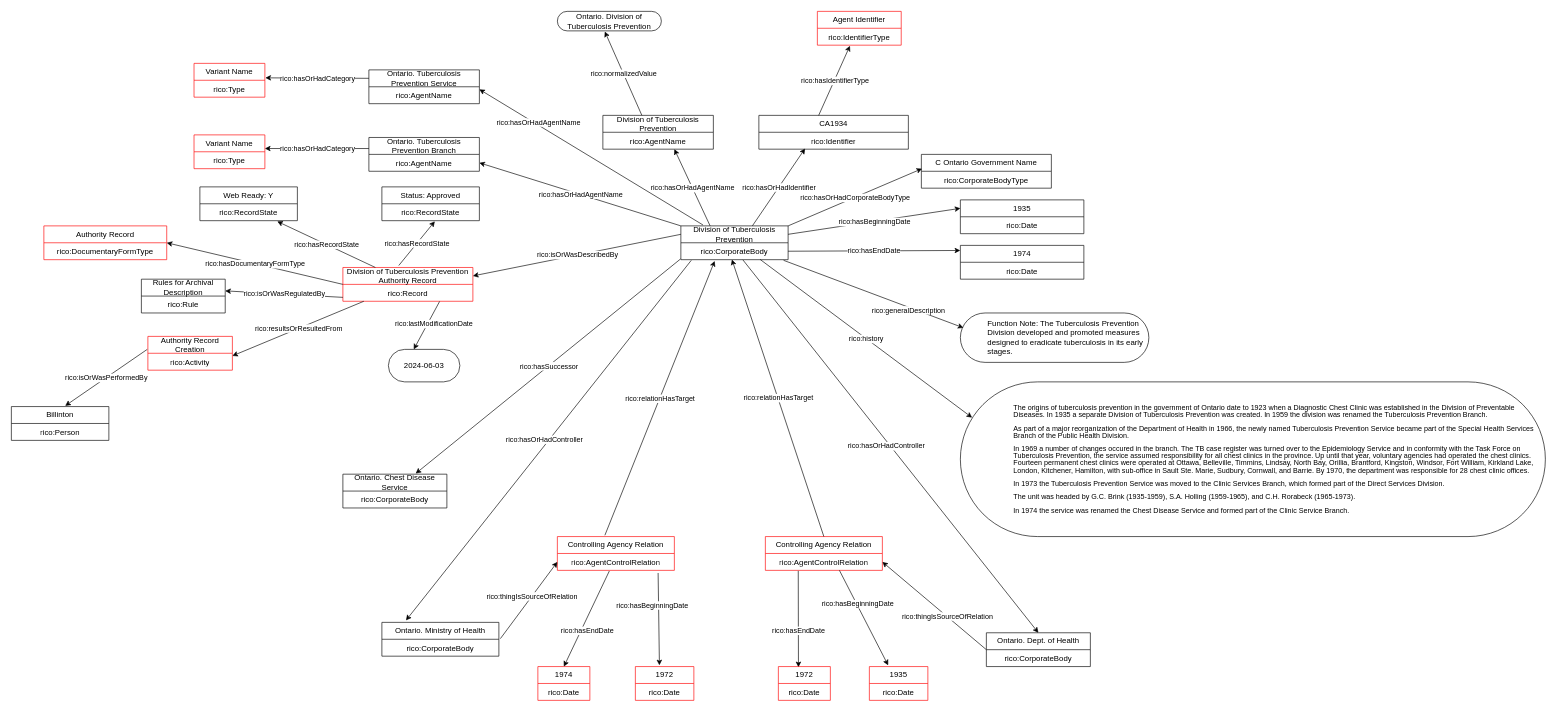
williamsonrichard/records_in_contexts_draw_io_parser keeps this draw.io diagram as gbad/CA/1934/CA1934 Division of Tuberculosis Prevention.drawio. Above is the earlier version. Source tidied: cells renumbered, new cells numbered last; positions are measured from the earlier drawing's top-left corner, leaving out a move shared by most shapes. Both pictures are drawn from the tidied source at 65%, with x=0, y=0 at pixel (11, 11).
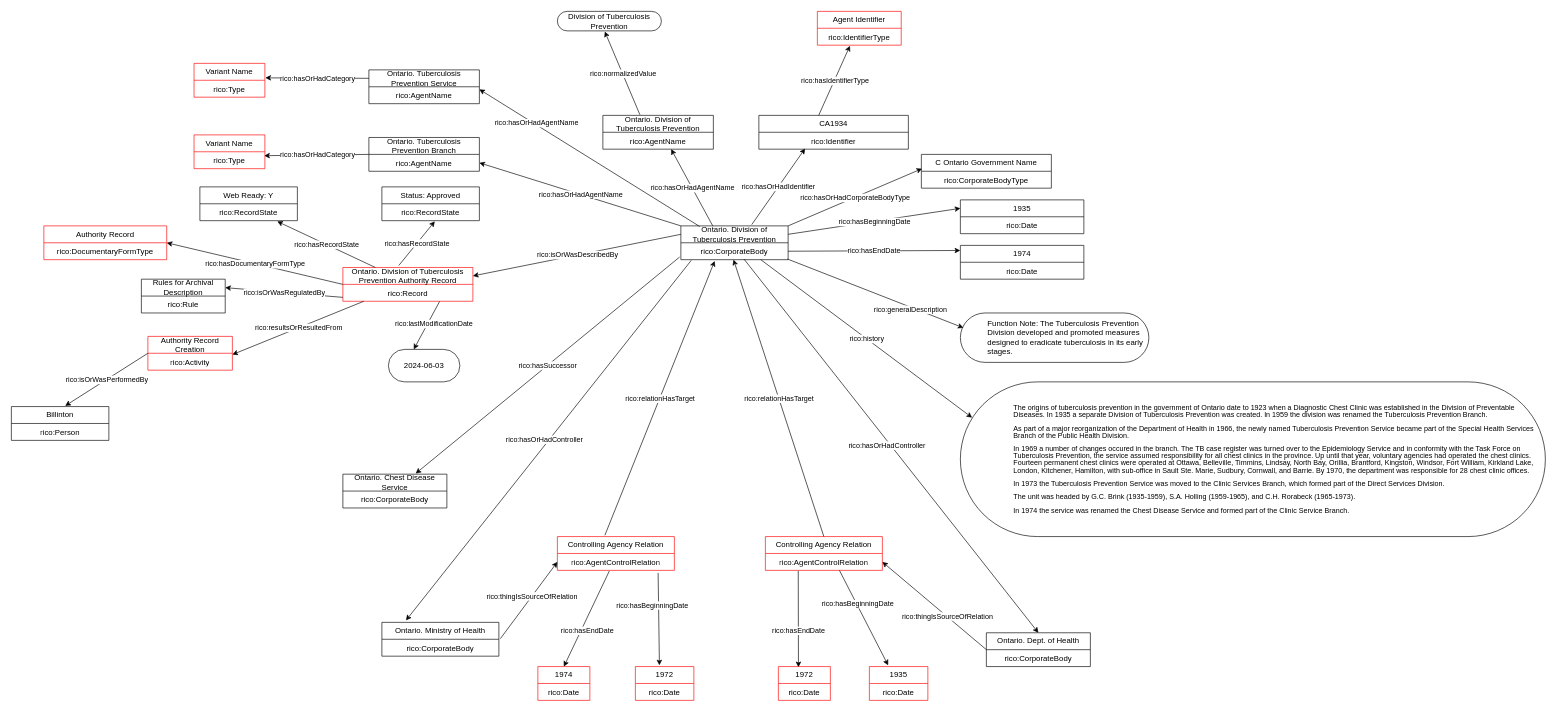
After the change.

Unchanged cells that the change refers to:
```xml
<mxCell id="6" value="rico:Identifier&lt;div&gt;&lt;br&gt;&lt;/div&gt;" style="text;strokeColor=none;fillColor=none;align=center;verticalAlign=top;spacingLeft=4;spacingRight=4;overflow=hidden;points=[[0,0.5],[1,0.5]];portConstraint=eastwest;whiteSpace=wrap;html=1;" parent="5" vertex="1">
  <mxGeometry y="26" width="230" height="26" as="geometry" />
</mxCell>
<mxCell id="14" value="rico:AgentName&lt;div&gt;&lt;br&gt;&lt;/div&gt;" style="text;strokeColor=none;fillColor=none;align=center;verticalAlign=top;spacingLeft=4;spacingRight=4;overflow=hidden;points=[[0,0.5],[1,0.5]];portConstraint=eastwest;whiteSpace=wrap;html=1;" parent="13" vertex="1">
  <mxGeometry y="26" width="170" height="26" as="geometry" />
</mxCell>
<mxCell id="31" value="&lt;blockquote style=&quot;margin: 0 0 0 40px; border: none; padding: 0px;&quot;&gt;&lt;blockquote style=&quot;margin: 0px 0px 0px 40px; border: none; padding: 0px; line-height: 90%;&quot;&gt;&lt;div style=&quot;line-height: 90%;&quot;&gt;&lt;span style=&quot;background-color: initial; font-size: 11px;&quot;&gt;The origins of tuberculosis prevention in the government of Ontario date to 1923 when a Diagnostic Chest Clinic was established in the Division of Preventable Diseases. In 1935 a separate Division of Tuberculosis Prevention was created. In 1959 the division was renamed the Tuberculosis Prevention Branch.&lt;/span&gt;&lt;br&gt;&lt;/div&gt;&lt;/blockquote&gt;&lt;blockquote style=&quot;margin: 0px 0px 0px 40px; border: none; padding: 0px; line-height: 90%;&quot;&gt;&lt;blockquote style=&quot;margin: 0px 0px 0px 40px; border: none; padding: 0px; font-size: 11px; line-height: 90%;&quot;&gt;&lt;div style=&quot;line-height: 90%;&quot;&gt;&lt;br&gt;&lt;/div&gt;&lt;/blockquote&gt;&lt;/blockquote&gt;&lt;blockquote style=&quot;margin: 0px 0px 0px 40px; border: none; padding: 0px; line-height: 90%;&quot;&gt;&lt;span style=&quot;font-size: 11px; background-color: initial;&quot;&gt;As part of a major reorganization of the Department of Health in 1966, the newly named Tuberculosis Prevention Service became part of the Special Health Services Branch of the Public Health Division.&lt;/span&gt;&lt;/blockquote&gt;&lt;blockquote style=&quot;margin: 0px 0px 0px 40px; border: none; padding: 0px; line-height: 90%;&quot;&gt;&lt;blockquote style=&quot;margin: 0px 0px 0px 40px; border: none; padding: 0px; font-size: 11px; line-height: 90%;&quot;&gt;&lt;span style=&quot;background-color: initial;&quot;&gt;&lt;div style=&quot;line-height: 90%;&quot;&gt;&lt;br&gt;&lt;/div&gt;&lt;/span&gt;&lt;/blockquote&gt;&lt;/blockquote&gt;&lt;blockquote style=&quot;margin: 0px 0px 0px 40px; border: none; padding: 0px; line-height: 90%;&quot;&gt;&lt;span style=&quot;font-size: 11px; background-color: initial;&quot;&gt;In 1969 a number of changes occured in the branch. The TB case register was turned over to the Epidemiology Service and in conformity with the Task Force on Tuberculosis Prevention, the service assumed responsibility for all chest clinics in the province. Up until that year, voluntary agencies had operated the chest clinics. Fourteen permanent chest clinics were operated at Ottawa, Belleville, Timmins, Lindsay, North Bay, Orillia, Brantford, Kingston, Windsor, Fort William, Kirkland Lake, London, Kitchener, Hamilton, with sub-office in Sault Ste. Marie, Sudbury, Cornwall, and Barrie. By 1970, the department was responsible for 28 chest clinic offices.&lt;/span&gt;&lt;/blockquote&gt;&lt;blockquote style=&quot;margin: 0px 0px 0px 40px; border: none; padding: 0px; line-height: 90%;&quot;&gt;&lt;blockquote style=&quot;margin: 0px 0px 0px 40px; border: none; padding: 0px; font-size: 11px; line-height: 90%;&quot;&gt;&lt;span style=&quot;background-color: initial;&quot;&gt;&lt;div style=&quot;line-height: 90%;&quot;&gt;&lt;br&gt;&lt;/div&gt;&lt;/span&gt;&lt;/blockquote&gt;&lt;/blockquote&gt;&lt;blockquote style=&quot;margin: 0px 0px 0px 40px; border: none; padding: 0px; line-height: 90%;&quot;&gt;&lt;span style=&quot;font-size: 11px; background-color: initial;&quot;&gt;In 1973 the Tuberculosis Prevention Service was moved to the Clinic Services Branch, which formed part of the Direct Services Division.&lt;/span&gt;&lt;/blockquote&gt;&lt;blockquote style=&quot;margin: 0px 0px 0px 40px; border: none; padding: 0px; line-height: 90%;&quot;&gt;&lt;blockquote style=&quot;margin: 0px 0px 0px 40px; border: none; padding: 0px; font-size: 11px; line-height: 90%;&quot;&gt;&lt;span style=&quot;background-color: initial;&quot;&gt;&lt;div style=&quot;line-height: 90%;&quot;&gt;&lt;br&gt;&lt;/div&gt;&lt;/span&gt;&lt;/blockquote&gt;&lt;/blockquote&gt;&lt;blockquote style=&quot;margin: 0px 0px 0px 40px; border: none; padding: 0px; line-height: 90%;&quot;&gt;&lt;div style=&quot;line-height: 90%;&quot;&gt;&lt;span style=&quot;background-color: initial; font-size: 11px;&quot;&gt;The unit was headed by G.C. Brink (1935-1959), S.A. Holling (1959-1965), and C.H. Rorabeck (1965-1973).&lt;/span&gt;&lt;br&gt;&lt;/div&gt;&lt;/blockquote&gt;&lt;blockquote style=&quot;margin: 0px 0px 0px 40px; border: none; padding: 0px; line-height: 90%;&quot;&gt;&lt;blockquote style=&quot;margin: 0px 0px 0px 40px; border: none; padding: 0px; font-size: 11px; line-height: 90%;&quot;&gt;&lt;span style=&quot;background-color: initial;&quot;&gt;&lt;div style=&quot;line-height: 90%;&quot;&gt;&lt;br&gt;&lt;/div&gt;&lt;/span&gt;&lt;/blockquote&gt;&lt;/blockquote&gt;&lt;blockquote style=&quot;margin: 0px 0px 0px 40px; border: none; padding: 0px; line-height: 90%;&quot;&gt;&lt;span style=&quot;font-size: 11px; background-color: initial;&quot;&gt;In 1974 the service was renamed the Chest Disease Service and formed part of the Clinic Service Branch.&lt;/span&gt;&lt;/blockquote&gt;&lt;/blockquote&gt;" style="html=1;whiteSpace=wrap;rounded=1;arcSize=50;align=left;" parent="1" vertex="1">
  <mxGeometry x="1460" y="570" width="900" height="238" as="geometry" />
</mxCell>
<mxCell id="41" value="rico:AgentName&lt;div&gt;&lt;br&gt;&lt;/div&gt;" style="text;strokeColor=none;fillColor=none;align=center;verticalAlign=top;spacingLeft=4;spacingRight=4;overflow=hidden;points=[[0,0.5],[1,0.5]];portConstraint=eastwest;whiteSpace=wrap;html=1;" parent="40" vertex="1">
  <mxGeometry y="26" width="170" height="26" as="geometry" />
</mxCell>
<mxCell id="43" value="rico:Record" style="text;strokeColor=none;fillColor=none;align=center;verticalAlign=top;spacingLeft=4;spacingRight=4;overflow=hidden;points=[[0,0.5],[1,0.5]];portConstraint=eastwest;whiteSpace=wrap;html=1;" parent="42" vertex="1">
  <mxGeometry y="26" width="200" height="26" as="geometry" />
</mxCell>
<mxCell id="52" value="Rules for Archival Description" style="swimlane;fontStyle=0;horizontal=1;startSize=26;fillColor=none;whiteSpace=wrap;html=1;" parent="1" vertex="1">
  <mxGeometry x="200" y="412" width="129" height="52" as="geometry" />
</mxCell>
<mxCell id="56" value="Authority Record Creation" style="swimlane;fontStyle=0;horizontal=1;startSize=26;fillColor=none;whiteSpace=wrap;html=1;strokeColor=#FF0000;" parent="1" vertex="1">
  <mxGeometry x="210" y="500" width="130" height="52" as="geometry" />
</mxCell>
<mxCell id="57" value="rico:Activity" style="text;strokeColor=none;fillColor=none;align=center;verticalAlign=top;spacingLeft=4;spacingRight=4;overflow=hidden;points=[[0,0.5],[1,0.5]];portConstraint=eastwest;whiteSpace=wrap;html=1;" parent="56" vertex="1">
  <mxGeometry y="26" width="130" height="26" as="geometry" />
</mxCell>
<mxCell id="60" value="Billinton" style="swimlane;fontStyle=0;horizontal=1;startSize=26;fillColor=none;whiteSpace=wrap;html=1;" parent="1" vertex="1">
  <mxGeometry y="608" width="150" height="52" as="geometry" />
</mxCell>
<mxCell id="65" value="Controlling Agency Relation" style="swimlane;fontStyle=0;horizontal=1;startSize=26;fillColor=none;whiteSpace=wrap;html=1;strokeColor=#FF0000;" parent="1" vertex="1">
  <mxGeometry x="1160" y="808" width="180" height="52" as="geometry" />
</mxCell>
<mxCell id="82" value="rico:Type&lt;div&gt;&lt;br&gt;&lt;/div&gt;" style="text;strokeColor=none;fillColor=none;align=center;verticalAlign=top;spacingLeft=4;spacingRight=4;overflow=hidden;points=[[0,0.5],[1,0.5]];portConstraint=eastwest;whiteSpace=wrap;html=1;" parent="81" vertex="1">
  <mxGeometry y="26" width="109" height="26" as="geometry" />
</mxCell>
<mxCell id="91" value="&lt;blockquote style=&quot;margin: 0 0 0 40px; border: none; padding: 0px;&quot;&gt;Function Note: The Tuberculosis Prevention Division developed and promoted measures designed to eradicate tuberculosis in its early stages.&lt;/blockquote&gt;" style="html=1;whiteSpace=wrap;rounded=1;arcSize=50;align=left;" parent="1" vertex="1">
  <mxGeometry x="1460" y="464" width="290" height="76" as="geometry" />
</mxCell>
<mxCell id="95" value="rico:CorporateBody" style="text;strokeColor=none;fillColor=none;align=center;verticalAlign=top;spacingLeft=4;spacingRight=4;overflow=hidden;points=[[0,0.5],[1,0.5]];portConstraint=eastwest;whiteSpace=wrap;html=1;" parent="94" vertex="1">
  <mxGeometry y="26" width="165" height="26" as="geometry" />
</mxCell>
<mxCell id="102" value="Ontario. Dept. of Health" style="swimlane;fontStyle=0;horizontal=1;startSize=26;fillColor=none;whiteSpace=wrap;html=1;strokeColor=#000000;" parent="1" vertex="1">
  <mxGeometry x="1500" y="956" width="160" height="52" as="geometry" />
</mxCell>
<mxCell id="116" value="Ontario. Chest Disease Service" style="swimlane;fontStyle=0;horizontal=1;startSize=26;fillColor=none;whiteSpace=wrap;html=1;strokeColor=#000000;" parent="1" vertex="1">
  <mxGeometry x="510" y="712" width="160" height="52" as="geometry" />
</mxCell>
<mxCell id="119" value="rico:AgentName&lt;div&gt;&lt;br&gt;&lt;/div&gt;" style="text;strokeColor=none;fillColor=none;align=center;verticalAlign=top;spacingLeft=4;spacingRight=4;overflow=hidden;points=[[0,0.5],[1,0.5]];portConstraint=eastwest;whiteSpace=wrap;html=1;" parent="118" vertex="1">
  <mxGeometry y="26" width="170" height="26" as="geometry" />
</mxCell>
```

The edit, as a diff of the source:
```diff
@@
-    <mxCell id="2" style="endArrow=classic;html=1;rounded=0;entryX=0.456;entryY=1.033;entryDx=0;entryDy=0;entryPerimeter=0;" parent="1" edge="1" target="4">
-      <mxGeometry relative="1" as="geometry">
-        <mxPoint x="970" y="160" as="sourcePoint" />
-      </mxGeometry>
+    <mxCell id="2" style="endArrow=classic;html=1;rounded=0;entryX=0.456;entryY=1.033;entryDx=0;entryDy=0;entryPerimeter=0;exitX=0.335;exitY=-0.019;exitDx=0;exitDy=0;exitPerimeter=0;" parent="1" edge="1" source="13" target="4">
+      <mxGeometry relative="1" as="geometry" />
     </mxCell>
@@
-    <mxCell id="4" value="Ontario. Division of Tuberculosis Prevention" style="html=1;whiteSpace=wrap;rounded=1;arcSize=50;strokeColor=#000000;" parent="1" vertex="1">
+    <mxCell id="4" value="Division of Tuberculosis Prevention" style="html=1;whiteSpace=wrap;rounded=1;arcSize=50;strokeColor=#000000;" parent="1" vertex="1">
       <mxGeometry x="840" width="160" height="30" as="geometry" />
     </mxCell>
@@
-    <mxCell id="7" style="endArrow=classic;html=1;rounded=0;entryX=0.309;entryY=0.962;entryDx=0;entryDy=0;entryPerimeter=0;" parent="1" edge="1" target="6">
-      <mxGeometry relative="1" as="geometry">
-        <mxPoint x="1140" y="330" as="sourcePoint" />
-      </mxGeometry>
+    <mxCell id="7" style="endArrow=classic;html=1;rounded=0;entryX=0.309;entryY=0.962;entryDx=0;entryDy=0;entryPerimeter=0;exitX=0.661;exitY=-0.038;exitDx=0;exitDy=0;exitPerimeter=0;" parent="1" edge="1" source="94" target="6">
+      <mxGeometry relative="1" as="geometry" />
     </mxCell>
@@
-    <mxCell id="13" value="Division of Tuberculosis Prevention" style="swimlane;fontStyle=0;horizontal=1;startSize=26;fillColor=none;whiteSpace=wrap;html=1;strokeColor=#000000;" parent="1" vertex="1">
+    <mxCell id="13" value="Ontario. Division of Tuberculosis Prevention" style="swimlane;fontStyle=0;horizontal=1;startSize=26;fillColor=none;whiteSpace=wrap;html=1;strokeColor=#000000;" parent="1" vertex="1">
       <mxGeometry x="910" y="160" width="170" height="52" as="geometry" />
     </mxCell>
@@
-    <mxCell id="15" style="endArrow=classic;html=1;rounded=0;exitX=0.25;exitY=0;exitDx=0;exitDy=0;" parent="1" edge="1">
-      <mxGeometry relative="1" as="geometry">
-        <mxPoint x="1075" y="330" as="sourcePoint" />
-        <mxPoint x="1020" y="212" as="targetPoint" />
-      </mxGeometry>
+    <mxCell id="15" style="endArrow=classic;html=1;rounded=0;exitX=0.297;exitY=0;exitDx=0;exitDy=0;exitPerimeter=0;entryX=0.618;entryY=1;entryDx=0;entryDy=0;entryPerimeter=0;" parent="1" edge="1" source="94" target="14">
+      <mxGeometry relative="1" as="geometry" />
     </mxCell>
@@
-    <mxCell id="29" style="endArrow=classic;html=1;rounded=0;exitX=0.678;exitY=0.987;exitDx=0;exitDy=0;exitPerimeter=0;entryX=0.02;entryY=0.231;entryDx=0;entryDy=0;entryPerimeter=0;" parent="1" edge="1" target="31">
-      <mxGeometry relative="1" as="geometry">
-        <mxPoint x="1152" y="381.7" as="sourcePoint" />
-      </mxGeometry>
+    <mxCell id="29" style="endArrow=classic;html=1;rounded=0;entryX=0.02;entryY=0.231;entryDx=0;entryDy=0;entryPerimeter=0;exitX=0.745;exitY=1;exitDx=0;exitDy=0;exitPerimeter=0;" parent="1" edge="1" source="95" target="31">
+      <mxGeometry relative="1" as="geometry" />
     </mxCell>
@@
-    <mxCell id="32" style="endArrow=classic;html=1;rounded=0;exitX=0.53;exitY=1.013;exitDx=0;exitDy=0;exitPerimeter=0;entryX=0.5;entryY=0;entryDx=0;entryDy=0;" parent="1" edge="1" target="102">
-      <mxGeometry relative="1" as="geometry">
-        <mxPoint x="1125.4" y="382.3" as="sourcePoint" />
-      </mxGeometry>
+    <mxCell id="32" style="endArrow=classic;html=1;rounded=0;entryX=0.5;entryY=0;entryDx=0;entryDy=0;exitX=0.588;exitY=0.962;exitDx=0;exitDy=0;exitPerimeter=0;" parent="1" edge="1" source="95" target="102">
+      <mxGeometry relative="1" as="geometry" />
     </mxCell>
@@
-    <mxCell id="34" style="endArrow=classic;html=1;rounded=0;exitX=-0.002;exitY=0.955;exitDx=0;exitDy=0;entryX=0.7;entryY=-0.019;entryDx=0;entryDy=0;exitPerimeter=0;entryPerimeter=0;" parent="1" edge="1" target="116">
-      <mxGeometry relative="1" as="geometry">
-        <mxPoint x="1029.6" y="380.8" as="sourcePoint" />
-      </mxGeometry>
+    <mxCell id="34" style="endArrow=classic;html=1;rounded=0;entryX=0.7;entryY=-0.019;entryDx=0;entryDy=0;entryPerimeter=0;exitX=-0.012;exitY=0.846;exitDx=0;exitDy=0;exitPerimeter=0;" parent="1" edge="1" source="95" target="116">
+      <mxGeometry relative="1" as="geometry" />
     </mxCell>
@@
-    <mxCell id="36" style="endArrow=classic;html=1;rounded=0;exitX=0.189;exitY=-0.026;exitDx=0;exitDy=0;exitPerimeter=0;entryX=1;entryY=0.154;entryDx=0;entryDy=0;entryPerimeter=0;" parent="1" edge="1" target="119">
-      <mxGeometry relative="1" as="geometry">
-        <mxPoint x="1064" y="328.6" as="sourcePoint" />
-      </mxGeometry>
+    <mxCell id="36" style="endArrow=classic;html=1;rounded=0;exitX=0.176;exitY=0.019;exitDx=0;exitDy=0;exitPerimeter=0;entryX=1;entryY=0.154;entryDx=0;entryDy=0;entryPerimeter=0;" parent="1" edge="1" source="94" target="119">
+      <mxGeometry relative="1" as="geometry" />
     </mxCell>
@@
-    <mxCell id="38" style="endArrow=classic;html=1;rounded=0;exitX=0;exitY=0;exitDx=0;exitDy=0;entryX=1;entryY=0.5;entryDx=0;entryDy=0;" parent="1" edge="1" target="41">
-      <mxGeometry relative="1" as="geometry">
-        <mxPoint x="1030" y="330" as="sourcePoint" />
-      </mxGeometry>
+    <mxCell id="38" style="endArrow=classic;html=1;rounded=0;entryX=1;entryY=0.5;entryDx=0;entryDy=0;exitX=0;exitY=0;exitDx=0;exitDy=0;" parent="1" edge="1" source="94" target="41">
+      <mxGeometry relative="1" as="geometry" />
     </mxCell>
@@
-    <mxCell id="42" value="Division of Tuberculosis Prevention Authority Record" style="swimlane;fontStyle=0;horizontal=1;startSize=26;fillColor=none;whiteSpace=wrap;html=1;strokeColor=#FF0000;" parent="1" vertex="1">
+    <mxCell id="42" value="Ontario. Division of Tuberculosis Prevention&amp;nbsp;Authority Record" style="swimlane;fontStyle=0;horizontal=1;startSize=26;fillColor=none;whiteSpace=wrap;html=1;strokeColor=#FF0000;" parent="1" vertex="1">
       <mxGeometry x="510" y="394" width="200" height="52" as="geometry" />
     </mxCell>
@@
-    <mxCell id="44" style="endArrow=classic;html=1;rounded=0;exitX=0;exitY=0.25;exitDx=0;exitDy=0;entryX=1;entryY=0.25;entryDx=0;entryDy=0;" parent="1" edge="1" target="42">
-      <mxGeometry relative="1" as="geometry">
-        <mxPoint x="1030" y="343" as="sourcePoint" />
-      </mxGeometry>
+    <mxCell id="44" style="endArrow=classic;html=1;rounded=0;entryX=1;entryY=0.25;entryDx=0;entryDy=0;exitX=0;exitY=0.25;exitDx=0;exitDy=0;" parent="1" edge="1" source="94" target="42">
+      <mxGeometry relative="1" as="geometry" />
     </mxCell>
@@
-    <mxCell id="50" style="endArrow=classic;html=1;rounded=0;exitX=0;exitY=0.769;exitDx=0;exitDy=0;exitPerimeter=0;" parent="1" edge="1" source="43">
-      <mxGeometry relative="1" as="geometry">
-        <mxPoint x="329" y="430" as="targetPoint" />
-      </mxGeometry>
+    <mxCell id="50" style="endArrow=classic;html=1;rounded=0;exitX=0;exitY=0.769;exitDx=0;exitDy=0;exitPerimeter=0;entryX=1;entryY=0.25;entryDx=0;entryDy=0;" parent="1" edge="1" source="43" target="52">
+      <mxGeometry relative="1" as="geometry" />
     </mxCell>
@@
-    <mxCell id="54" style="endArrow=classic;html=1;rounded=0;exitX=0.161;exitY=1;exitDx=0;exitDy=0;exitPerimeter=0;" parent="1" edge="1" source="43">
-      <mxGeometry relative="1" as="geometry">
-        <mxPoint x="340" y="530" as="targetPoint" />
-      </mxGeometry>
+    <mxCell id="54" style="endArrow=classic;html=1;rounded=0;exitX=0.161;exitY=1;exitDx=0;exitDy=0;exitPerimeter=0;entryX=1;entryY=0.077;entryDx=0;entryDy=0;entryPerimeter=0;" parent="1" edge="1" source="43" target="57">
+      <mxGeometry relative="1" as="geometry" />
     </mxCell>
@@
-    <mxCell id="58" style="endArrow=classic;html=1;rounded=0;entryX=0.552;entryY=-0.022;entryDx=0;entryDy=0;entryPerimeter=0;" parent="1" edge="1" target="60">
-      <mxGeometry relative="1" as="geometry">
-        <mxPoint x="209" y="520" as="sourcePoint" />
-      </mxGeometry>
+    <mxCell id="58" style="endArrow=classic;html=1;rounded=0;entryX=0.552;entryY=-0.022;entryDx=0;entryDy=0;entryPerimeter=0;exitX=0;exitY=0.5;exitDx=0;exitDy=0;" parent="1" edge="1" source="56" target="60">
+      <mxGeometry relative="1" as="geometry" />
     </mxCell>
@@
-    <mxCell id="69" style="endArrow=classic;html=1;rounded=0;entryX=0.436;entryY=0.99;entryDx=0;entryDy=0;entryPerimeter=0;exitX=0.5;exitY=0;exitDx=0;exitDy=0;" parent="1" edge="1" source="65">
-      <mxGeometry relative="1" as="geometry">
-        <mxPoint x="1108.5" y="381.7" as="targetPoint" />
-      </mxGeometry>
+    <mxCell id="69" style="endArrow=classic;html=1;rounded=0;exitX=0.5;exitY=0;exitDx=0;exitDy=0;entryX=0.491;entryY=1;entryDx=0;entryDy=0;entryPerimeter=0;" parent="1" edge="1" source="65" target="95">
+      <mxGeometry relative="1" as="geometry" />
     </mxCell>
@@
-    <mxCell id="79" style="endArrow=classic;html=1;rounded=0;" parent="1" edge="1">
-      <mxGeometry relative="1" as="geometry">
-        <mxPoint x="550" y="211" as="sourcePoint" />
-        <mxPoint x="390" y="211" as="targetPoint" />
-      </mxGeometry>
+    <mxCell id="79" style="endArrow=classic;html=1;rounded=0;exitX=0;exitY=0;exitDx=0;exitDy=0;exitPerimeter=0;entryX=0.991;entryY=0.231;entryDx=0;entryDy=0;entryPerimeter=0;" parent="1" edge="1" source="41" target="82">
+      <mxGeometry relative="1" as="geometry" />
     </mxCell>
@@
-    <mxCell id="92" style="endArrow=classic;html=1;rounded=0;exitX=0.878;exitY=1.038;exitDx=0;exitDy=0;exitPerimeter=0;entryX=0.016;entryY=0.3;entryDx=0;entryDy=0;entryPerimeter=0;" parent="1" edge="1" target="91">
-      <mxGeometry relative="1" as="geometry">
-        <mxPoint x="1188" y="383" as="sourcePoint" />
-      </mxGeometry>
+    <mxCell id="92" style="endArrow=classic;html=1;rounded=0;exitX=0.994;exitY=0.962;exitDx=0;exitDy=0;exitPerimeter=0;entryX=0.016;entryY=0.3;entryDx=0;entryDy=0;entryPerimeter=0;" parent="1" edge="1" source="95" target="91">
+      <mxGeometry relative="1" as="geometry" />
     </mxCell>
@@
-    <mxCell id="94" value="Division of Tuberculosis Prevention" style="swimlane;fontStyle=0;horizontal=1;startSize=26;fillColor=none;whiteSpace=wrap;html=1;" parent="1" vertex="1">
+    <mxCell id="94" value="Ontario. Division of Tuberculosis Prevention" style="swimlane;fontStyle=0;horizontal=1;startSize=26;fillColor=none;whiteSpace=wrap;html=1;" parent="1" vertex="1">
       <mxGeometry x="1030" y="330" width="165" height="52" as="geometry" />
     </mxCell>
```
